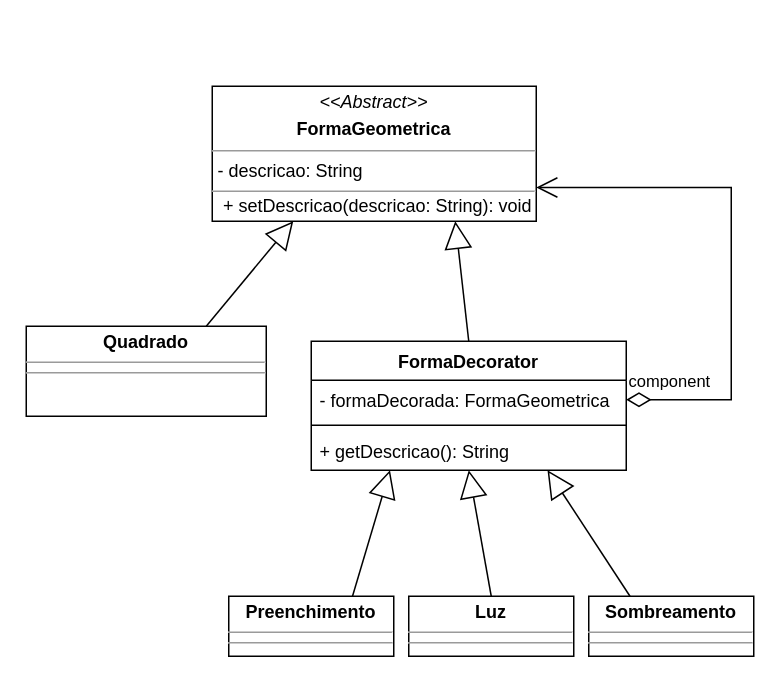
Before: Prova1Decorator.drawio in annaletycia/POO1, a draw.io diagram. Source tidied: cells renumbered, new cells numbered last; positions are measured from the earlier drawing's top-left corner, leaving out a move shared by most shapes. Both pictures are drawn from the tidied source at 150%, with x=0, y=0 at pixel (26, 86).
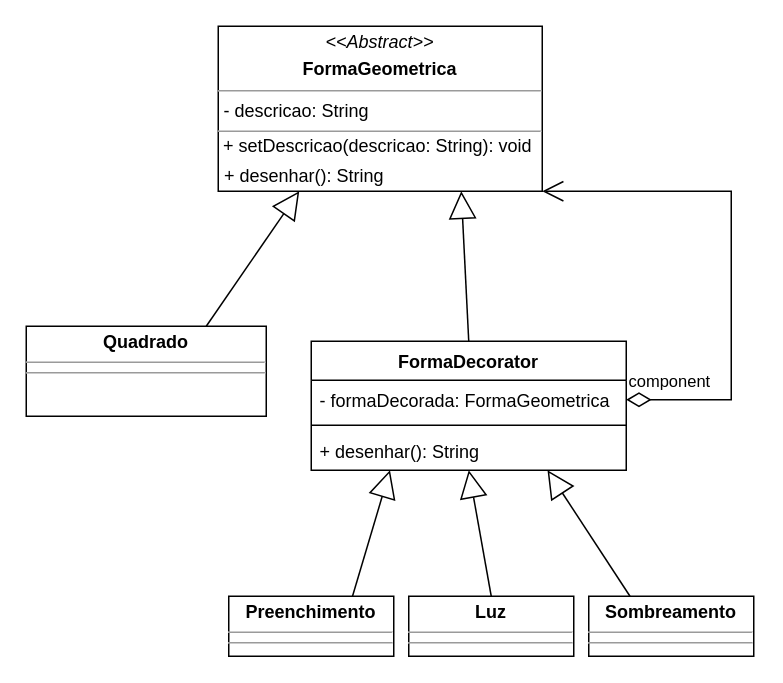
Above is the later version.

The change refers to these unchanged cells:
```xml
<mxCell id="14" value="FormaDecorator" style="swimlane;fontStyle=1;align=center;verticalAlign=top;horizontal=1;startSize=26;" parent="1" vertex="1">
  <mxGeometry x="190" y="170" width="210" height="86" as="geometry" />
</mxCell>
<mxCell id="15" value="- formaDecorada: FormaGeometrica" style="text;strokeColor=none;fillColor=none;align=left;verticalAlign=top;spacingLeft=4;spacingRight=4;overflow=hidden;points=[[0,0.5],[1,0.5]];portConstraint=eastwest;" parent="14" vertex="1">
  <mxGeometry y="26" width="210" height="26" as="geometry" />
</mxCell>
```

Change to the diagram source:
```diff
@@
-    <mxCell id="5" value="component" style="endArrow=open;html=1;endSize=12;startArrow=diamondThin;startSize=14;startFill=0;edgeStyle=orthogonalEdgeStyle;align=left;verticalAlign=bottom;rounded=0;exitX=1;exitY=0.5;exitDx=0;exitDy=0;entryX=1;entryY=0.75;entryDx=0;entryDy=0;" parent="1" edge="1" source="15" target="12">
+    <mxCell id="5" value="component" style="endArrow=open;html=1;endSize=12;startArrow=diamondThin;startSize=14;startFill=0;edgeStyle=orthogonalEdgeStyle;align=left;verticalAlign=bottom;rounded=0;exitX=1;exitY=0.5;exitDx=0;exitDy=0;entryX=1;entryY=1;entryDx=0;entryDy=0;" parent="1" edge="1" source="15" target="12">
       <mxGeometry x="-1" y="3" relative="1" as="geometry">
         <Array as="points">
-          <mxPoint x="400" y="209" />
-          <mxPoint x="470" y="210" />
-          <mxPoint x="470" y="67" />
+          <mxPoint x="470" y="209" />
+          <mxPoint x="470" y="70" />
         </Array>
       </mxGeometry>
     </mxCell>
@@
     <mxCell id="12" value="&lt;p style=&quot;margin: 0px ; margin-top: 4px ; text-align: center&quot;&gt;&lt;i&gt;&amp;lt;&amp;lt;Abstract&amp;gt;&amp;gt;&lt;/i&gt;&lt;b&gt;&lt;br&gt;&lt;/b&gt;&lt;/p&gt;&lt;p style=&quot;margin: 0px ; margin-top: 4px ; text-align: center&quot;&gt;&lt;b&gt;FormaGeometrica&lt;/b&gt;&lt;br&gt;&lt;/p&gt;&lt;hr size=&quot;1&quot;&gt;&lt;p style=&quot;margin: 0px ; margin-left: 4px&quot;&gt;- descricao: String&lt;br&gt;&lt;/p&gt;&lt;hr size=&quot;1&quot;&gt;" style="verticalAlign=top;align=left;overflow=fill;fontSize=12;fontFamily=Helvetica;html=1;" parent="1" vertex="1">
-      <mxGeometry x="124" width="216" height="90" as="geometry" />
+      <mxGeometry x="128" y="-40" width="216" height="110" as="geometry" />
     </mxCell>
     <mxCell id="13" value="+ setDescricao(descricao: String): void" style="text;html=1;align=center;verticalAlign=middle;strokeColor=none;fillColor=none;" parent="1" vertex="1">
-      <mxGeometry x="124" y="70" width="220" height="20" as="geometry" />
+      <mxGeometry x="124" y="30" width="220" height="20" as="geometry" />
     </mxCell>
@@
-    <mxCell id="17" value="+ getDescricao(): String" style="text;strokeColor=none;fillColor=none;align=left;verticalAlign=top;spacingLeft=4;spacingRight=4;overflow=hidden;" parent="14" vertex="1">
+    <mxCell id="17" value="+ desenhar(): String" style="text;strokeColor=none;fillColor=none;align=left;verticalAlign=top;spacingLeft=4;spacingRight=4;overflow=hidden;" parent="14" vertex="1">
       <mxGeometry y="60" width="210" height="26" as="geometry" />
     </mxCell>
+    <mxCell id="18" value="+ desenhar(): String" style="text;html=1;align=center;verticalAlign=middle;strokeColor=none;fillColor=none;" parent="1" vertex="1">
+      <mxGeometry x="125" y="50" width="120" height="20" as="geometry" />
+    </mxCell>
```
